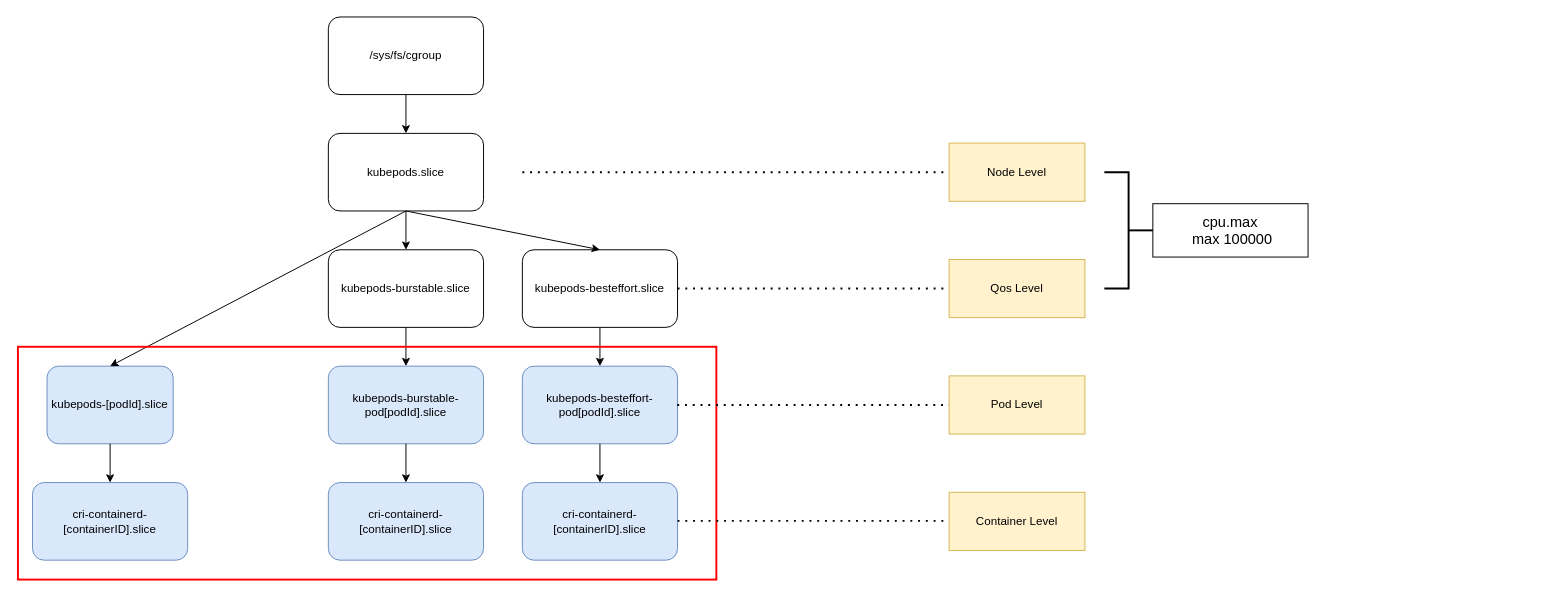
Above: cgroup-hierarchy.drawio in YanshanSong/draw.io (draw.io), before the change. Source tidied: cells renumbered, new cells numbered last; positions are measured from the earlier drawing's top-left corner, leaving out a move shared by most shapes. Both pictures are drawn from the tidied source at 97%, with x=0, y=0 at pixel (17, 16). Pictures stored in the file or linked from it are replaced by grey dashed boxes.
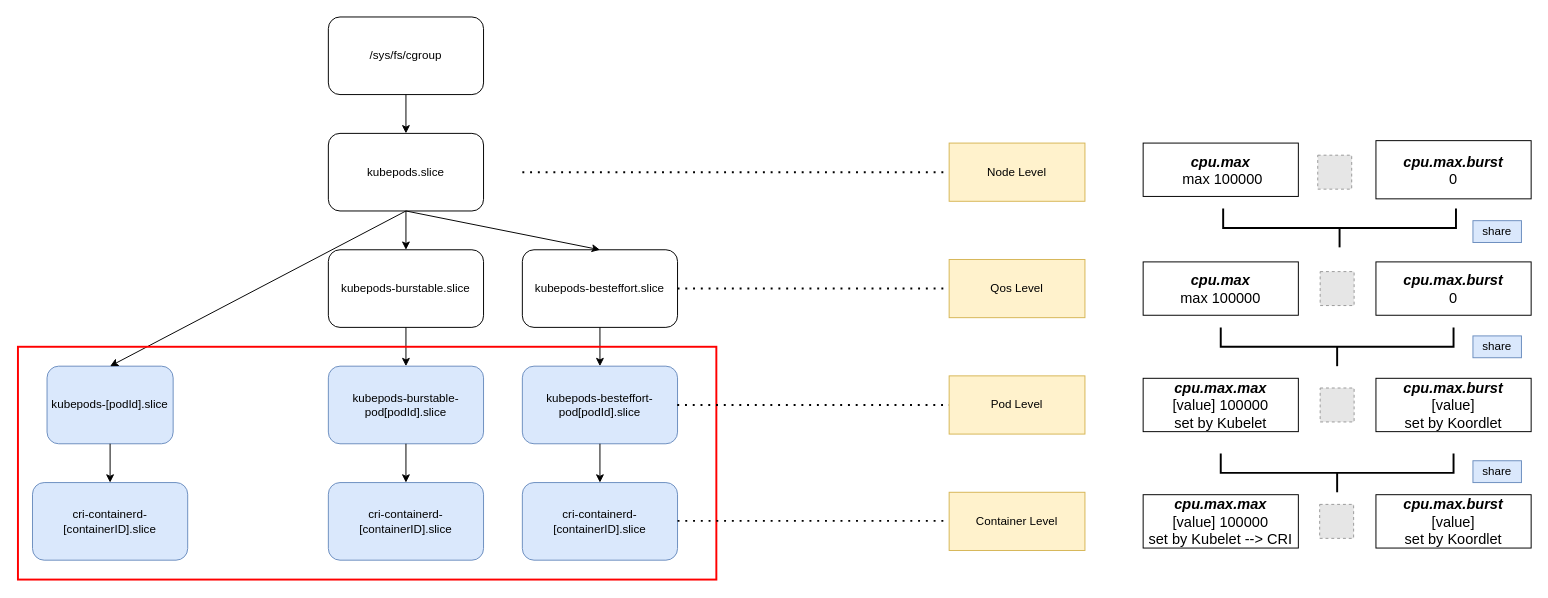
The same diagram, later.

The edit, as a diff of the source:
```diff
@@
-    <mxCell id="30" style="strokeWidth=2;html=1;shape=mxgraph.flowchart.annotation_2;align=left;labelPosition=right;rotation=-180;" parent="1" vertex="1">
-      <mxGeometry x="1120" y="160" width="50" height="120" as="geometry" />
-    </mxCell>
-    <mxCell id="31" value="&lt;font style=&quot;font-size: 15px;&quot;&gt;cpu.max&lt;/font&gt;&lt;div&gt;&lt;font style=&quot;font-size: 15px;&quot;&gt;&amp;nbsp;max 100000&lt;/font&gt;&lt;/div&gt;" style="text;html=1;align=center;verticalAlign=middle;whiteSpace=wrap;rounded=0;strokeColor=default;" parent="1" vertex="1">
-      <mxGeometry x="1170" y="192.5" width="160" height="55" as="geometry" />
+    <mxCell id="31" value="&lt;font style=&quot;font-size: 15px;&quot;&gt;&lt;b&gt;&lt;i&gt;cpu.max&lt;/i&gt;&lt;/b&gt;&lt;/font&gt;&lt;div&gt;&lt;font style=&quot;font-size: 15px;&quot;&gt;&amp;nbsp;max 100000&lt;/font&gt;&lt;/div&gt;" style="text;html=1;align=center;verticalAlign=middle;whiteSpace=wrap;rounded=0;strokeColor=default;" parent="1" vertex="1">
+      <mxGeometry x="1160" y="130" width="160" height="55" as="geometry" />
     </mxCell>
+    <mxCell id="32" value="&lt;font style=&quot;font-size: 15px;&quot;&gt;&lt;b&gt;&lt;i&gt;cpu.max&lt;/i&gt;&lt;/b&gt;&lt;/font&gt;&lt;div&gt;&lt;span style=&quot;font-size: 15px;&quot;&gt;max 100000&lt;/span&gt;&lt;/div&gt;" style="text;html=1;align=center;verticalAlign=middle;whiteSpace=wrap;rounded=0;strokeColor=default;" parent="1" vertex="1">
+      <mxGeometry x="1160" y="252.5" width="160" height="55" as="geometry" />
+    </mxCell>
+    <mxCell id="33" value="&lt;font style=&quot;font-size: 15px;&quot;&gt;&lt;b&gt;&lt;i&gt;cpu.max.burst&lt;/i&gt;&lt;/b&gt;&lt;/font&gt;&lt;div&gt;&lt;span style=&quot;font-size: 15px;&quot;&gt;0&lt;/span&gt;&lt;/div&gt;" style="text;html=1;align=center;verticalAlign=middle;whiteSpace=wrap;rounded=0;strokeColor=default;" parent="1" vertex="1">
+      <mxGeometry x="1400" y="127.5" width="160" height="60" as="geometry" />
+    </mxCell>
+    <mxCell id="34" value="&lt;font style=&quot;font-size: 15px;&quot;&gt;&lt;b&gt;&lt;i&gt;cpu.max.burst&lt;/i&gt;&lt;/b&gt;&lt;/font&gt;&lt;div&gt;&lt;span style=&quot;font-size: 15px;&quot;&gt;0&lt;/span&gt;&lt;/div&gt;" style="text;html=1;align=center;verticalAlign=middle;whiteSpace=wrap;rounded=0;strokeColor=default;" parent="1" vertex="1">
+      <mxGeometry x="1400" y="252.5" width="160" height="55" as="geometry" />
+    </mxCell>
+    <mxCell id="35" value="&lt;font style=&quot;font-size: 15px;&quot;&gt;&lt;b&gt;&lt;i&gt;cpu.max.max&lt;/i&gt;&lt;/b&gt;&lt;/font&gt;&lt;div&gt;&lt;span style=&quot;font-size: 15px;&quot;&gt;[value] 100000&lt;/span&gt;&lt;/div&gt;&lt;div&gt;&lt;span style=&quot;font-size: 15px;&quot;&gt;set by Kubelet&lt;/span&gt;&lt;/div&gt;" style="text;html=1;align=center;verticalAlign=middle;whiteSpace=wrap;rounded=0;strokeColor=default;" parent="1" vertex="1">
+      <mxGeometry x="1160" y="372.5" width="160" height="55" as="geometry" />
+    </mxCell>
+    <mxCell id="36" value="&lt;font style=&quot;font-size: 15px;&quot;&gt;&lt;b&gt;&lt;i&gt;cpu.max.burst&lt;/i&gt;&lt;/b&gt;&lt;/font&gt;&lt;div&gt;&lt;span style=&quot;font-size: 15px;&quot;&gt;[value]&lt;/span&gt;&lt;/div&gt;&lt;div&gt;&lt;span style=&quot;font-size: 15px;&quot;&gt;set by Koordlet&lt;/span&gt;&lt;/div&gt;" style="text;html=1;align=center;verticalAlign=middle;whiteSpace=wrap;rounded=0;strokeColor=default;" parent="1" vertex="1">
+      <mxGeometry x="1400" y="372.5" width="160" height="55" as="geometry" />
+    </mxCell>
+    <mxCell id="37" value="&lt;font style=&quot;font-size: 15px;&quot;&gt;&lt;b&gt;&lt;i&gt;cpu.max.max&lt;/i&gt;&lt;/b&gt;&lt;/font&gt;&lt;div&gt;&lt;span style=&quot;font-size: 15px;&quot;&gt;[value] 100000&lt;/span&gt;&lt;/div&gt;&lt;div&gt;&lt;span style=&quot;font-size: 15px;&quot;&gt;set by Kubelet --&amp;gt; CRI&lt;/span&gt;&lt;/div&gt;" style="text;html=1;align=center;verticalAlign=middle;whiteSpace=wrap;rounded=0;strokeColor=default;" parent="1" vertex="1">
+      <mxGeometry x="1160" y="492.5" width="160" height="55" as="geometry" />
+    </mxCell>
+    <mxCell id="38" value="&lt;font style=&quot;font-size: 15px;&quot;&gt;&lt;b&gt;&lt;i&gt;cpu.max.burst&lt;/i&gt;&lt;/b&gt;&lt;/font&gt;&lt;div&gt;&lt;span style=&quot;font-size: 15px;&quot;&gt;[value]&lt;/span&gt;&lt;/div&gt;&lt;div&gt;&lt;span style=&quot;font-size: 15px;&quot;&gt;set by Koordlet&lt;/span&gt;&lt;/div&gt;" style="text;html=1;align=center;verticalAlign=middle;whiteSpace=wrap;rounded=0;strokeColor=default;" parent="1" vertex="1">
+      <mxGeometry x="1400" y="492.5" width="160" height="55" as="geometry" />
+    </mxCell>
+    <mxCell id="39" style="strokeWidth=2;html=1;shape=mxgraph.flowchart.annotation_2;align=left;labelPosition=right;rotation=-90;" parent="1" vertex="1">
+      <mxGeometry x="1342.5" y="97.5" width="40" height="240" as="geometry" />
+    </mxCell>
+    <mxCell id="40" style="strokeWidth=2;html=1;shape=mxgraph.flowchart.annotation_2;align=left;labelPosition=right;rotation=-90;" parent="1" vertex="1">
+      <mxGeometry x="1340" y="220" width="40" height="240" as="geometry" />
+    </mxCell>
+    <mxCell id="41" style="strokeWidth=2;html=1;shape=mxgraph.flowchart.annotation_2;align=left;labelPosition=right;rotation=-90;" parent="1" vertex="1">
+      <mxGeometry x="1340" y="350" width="40" height="240" as="geometry" />
+    </mxCell>
+    <mxCell id="42" value="share" style="text;html=1;align=center;verticalAlign=middle;whiteSpace=wrap;rounded=0;strokeColor=#6c8ebf;fillColor=#dae8fc;" parent="1" vertex="1">
+      <mxGeometry x="1500" y="210" width="50" height="22.5" as="geometry" />
+    </mxCell>
+    <mxCell id="43" value="share" style="text;html=1;align=center;verticalAlign=middle;whiteSpace=wrap;rounded=0;strokeColor=#6c8ebf;fillColor=#dae8fc;" parent="1" vertex="1">
+      <mxGeometry x="1500" y="328.8" width="50" height="22.5" as="geometry" />
+    </mxCell>
+    <mxCell id="44" value="share" style="text;html=1;align=center;verticalAlign=middle;whiteSpace=wrap;rounded=0;strokeColor=#6c8ebf;fillColor=#dae8fc;" parent="1" vertex="1">
+      <mxGeometry x="1500" y="457.5" width="50" height="22.5" as="geometry" />
+    </mxCell>
+    <mxCell id="45" style="fillColor=#E6E6E6;strokeColor=#999999;dashed=1;verticalLabelPosition=bottom;labelBackgroundColor=default;verticalAlign=top;" parent="1" vertex="1">
+      <mxGeometry x="1340" y="142.5" width="35" height="35" as="geometry" />
+    </mxCell>
+    <mxCell id="46" style="fillColor=#E6E6E6;strokeColor=#999999;dashed=1;verticalLabelPosition=bottom;labelBackgroundColor=default;verticalAlign=top;" parent="1" vertex="1">
+      <mxGeometry x="1342.5" y="262.5" width="35" height="35" as="geometry" />
+    </mxCell>
+    <mxCell id="47" style="fillColor=#E6E6E6;strokeColor=#999999;dashed=1;verticalLabelPosition=bottom;labelBackgroundColor=default;verticalAlign=top;" parent="1" vertex="1">
+      <mxGeometry x="1342.5" y="382.5" width="35" height="35" as="geometry" />
+    </mxCell>
+    <mxCell id="48" style="fillColor=#E6E6E6;strokeColor=#999999;dashed=1;verticalLabelPosition=bottom;labelBackgroundColor=default;verticalAlign=top;" parent="1" vertex="1">
+      <mxGeometry x="1342" y="502.5" width="35" height="35" as="geometry" />
+    </mxCell>
```
